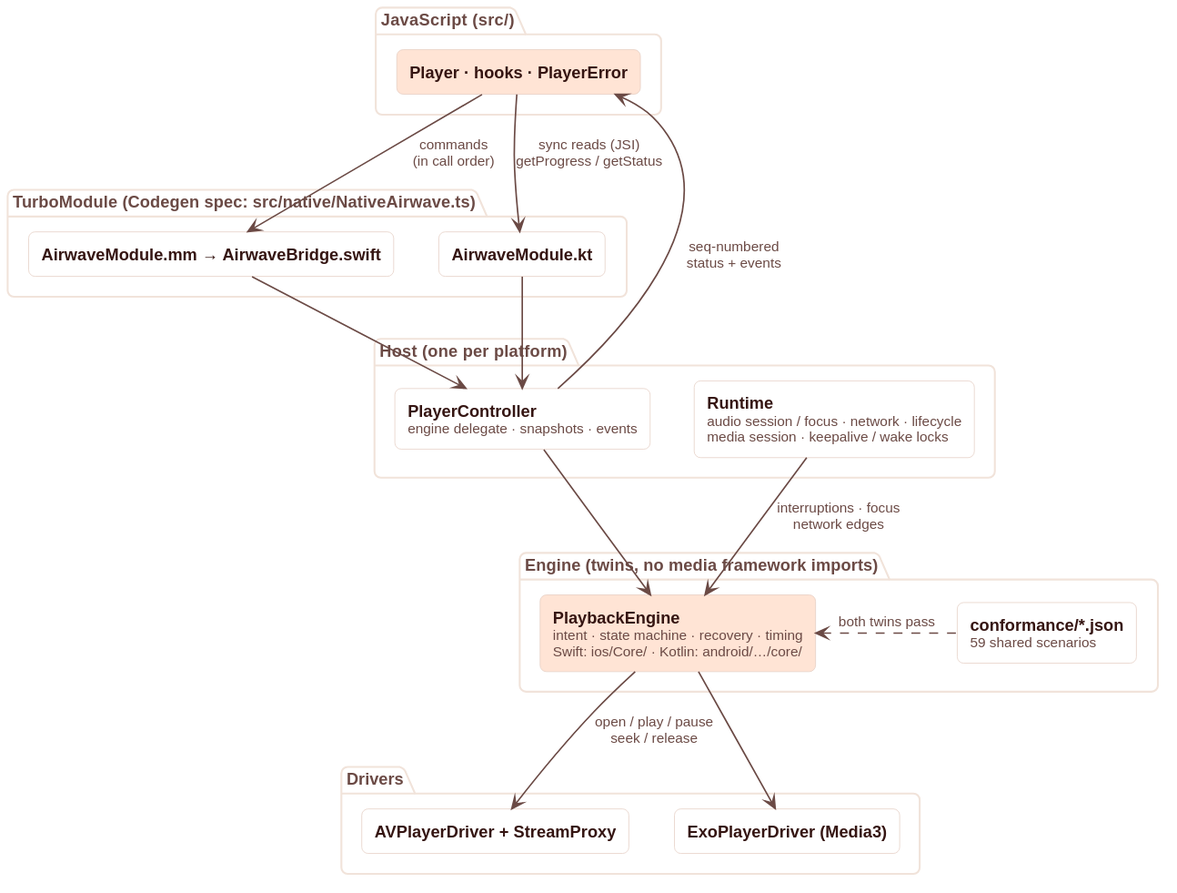
Earlier version of the PlantUML export docs/assets/diagrams/architecture.svg (rmotafreitas/react-native-anything-player). Its source is kept beside it as docs/diagrams/architecture.puml.
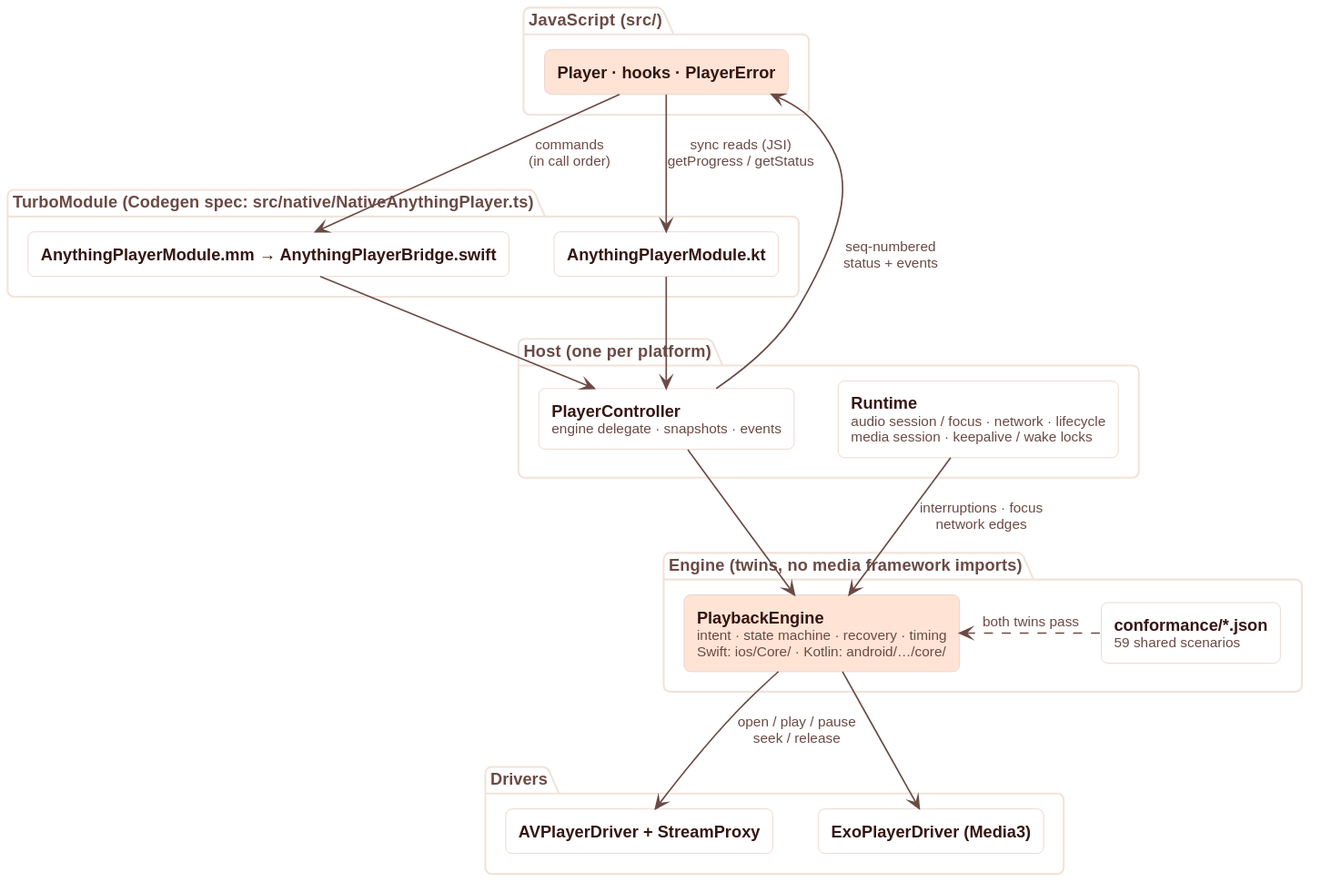
The same file after the commit.

What changed in the source:
```diff
@@ -6,9 +6,9 @@
   rectangle "<b>Player · hooks · PlayerError" as JS #FFE4D5
 }
 
-package "TurboModule  (Codegen spec: src/native/NativeAirwave.ts)" {
-  rectangle "<b>AirwaveModule.mm → AirwaveBridge.swift" as BridgeIOS
-  rectangle "<b>AirwaveModule.kt" as BridgeAndroid
+package "TurboModule  (Codegen spec: src/native/NativeAnythingPlayer.ts)" {
+  rectangle "<b>AnythingPlayerModule.mm → AnythingPlayerBridge.swift" as BridgeIOS
+  rectangle "<b>AnythingPlayerModule.kt" as BridgeAndroid
 }
 
 package "Host  (one per platform)" {
```
